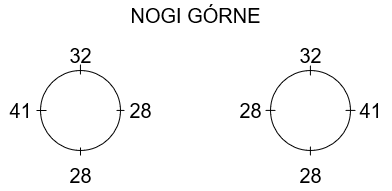
adamski83/sklep keeps this draw.io diagram as Diagram bez tytułu5.png. Above is the earlier version. Source tidied: cells renumbered, new cells last; positions are measured from the earlier drawing's top-left corner, leaving out a move shared by most shapes. The source it was exported from:
```xml
<mxGraphModel>
  <root>
    <mxCell id="0" />
    <mxCell id="1" parent="0" />
    <mxCell id="2" value="NOGI GÓRNE" style="text;html=1;align=center;verticalAlign=middle;fontSize=20;" parent="1" vertex="1">
      <mxGeometry x="120" width="150" height="30" as="geometry" />
    </mxCell>
    <mxCell id="3" style="ellipse;whiteSpace=wrap;html=1;rounded=0;sketch=0;strokeColor=#000000;strokeWidth=1;fillColor=none;fontSize=20;" parent="1" vertex="1">
      <mxGeometry x="40" y="70" width="80" height="80" as="geometry" />
    </mxCell>
    <mxCell id="4" value="41" style="text;html=1;align=center;verticalAlign=middle;fontSize=20;" parent="1" vertex="1">
      <mxGeometry y="95" width="40" height="30" as="geometry" />
    </mxCell>
    <mxCell id="5" value="28" style="text;html=1;align=center;verticalAlign=middle;fontSize=20;" parent="1" vertex="1">
      <mxGeometry x="120" y="95" width="40" height="30" as="geometry" />
    </mxCell>
    <mxCell id="6" value="28" style="text;html=1;align=center;verticalAlign=middle;fontSize=20;" parent="1" vertex="1">
      <mxGeometry x="60" y="160" width="40" height="30" as="geometry" />
    </mxCell>
    <mxCell id="7" value="32" style="text;html=1;align=center;verticalAlign=middle;fontSize=20;" parent="1" vertex="1">
      <mxGeometry x="60" y="40" width="40" height="30" as="geometry" />
    </mxCell>
    <mxCell id="8" style="ellipse;whiteSpace=wrap;html=1;rounded=0;sketch=0;strokeColor=#000000;strokeWidth=1;fillColor=none;fontSize=20;" parent="1" vertex="1">
      <mxGeometry x="270" y="70" width="80" height="80" as="geometry" />
    </mxCell>
    <mxCell id="9" value="41" style="text;html=1;align=center;verticalAlign=middle;fontSize=20;" parent="1" vertex="1">
      <mxGeometry x="350" y="95" width="40" height="30" as="geometry" />
    </mxCell>
    <mxCell id="10" value="28" style="text;html=1;align=center;verticalAlign=middle;fontSize=20;" parent="1" vertex="1">
      <mxGeometry x="230" y="95" width="40" height="30" as="geometry" />
    </mxCell>
    <mxCell id="11" value="28" style="text;html=1;align=center;verticalAlign=middle;fontSize=20;" parent="1" vertex="1">
      <mxGeometry x="290" y="160" width="40" height="30" as="geometry" />
    </mxCell>
    <mxCell id="12" value="32" style="text;html=1;align=center;verticalAlign=middle;fontSize=20;" parent="1" vertex="1">
      <mxGeometry x="290" y="40" width="40" height="30" as="geometry" />
    </mxCell>
    <mxCell id="13" style="endArrow=none;html=1;strokeColor=#000000;strokeWidth=1;fontSize=20;" parent="1" edge="1">
      <mxGeometry relative="1" as="geometry">
        <mxPoint x="79.9" y="74" as="sourcePoint" />
        <mxPoint x="79.9" y="64" as="targetPoint" />
        <Array as="points">
          <mxPoint x="79.9" y="74" />
        </Array>
      </mxGeometry>
    </mxCell>
    <mxCell id="14" style="endArrow=none;html=1;strokeColor=#000000;strokeWidth=1;fontSize=20;" parent="1" edge="1">
      <mxGeometry relative="1" as="geometry">
        <mxPoint x="80" y="155" as="sourcePoint" />
        <mxPoint x="80" y="147" as="targetPoint" />
      </mxGeometry>
    </mxCell>
    <mxCell id="15" style="endArrow=none;html=1;strokeColor=#000000;strokeWidth=1;fontSize=20;" parent="1" edge="1">
      <mxGeometry relative="1" as="geometry">
        <mxPoint x="36" y="110" as="sourcePoint" />
        <mxPoint x="46" y="110" as="targetPoint" />
      </mxGeometry>
    </mxCell>
    <mxCell id="16" style="endArrow=none;html=1;strokeColor=#000000;strokeWidth=1;fontSize=20;" parent="1" edge="1">
      <mxGeometry relative="1" as="geometry">
        <mxPoint x="124" y="109.9" as="sourcePoint" />
        <mxPoint x="116" y="109.9" as="targetPoint" />
      </mxGeometry>
    </mxCell>
    <mxCell id="17" style="endArrow=none;html=1;strokeColor=#000000;strokeWidth=1;fontSize=20;" parent="1" edge="1">
      <mxGeometry relative="1" as="geometry">
        <mxPoint x="309.9" y="75" as="sourcePoint" />
        <mxPoint x="309.9" y="65" as="targetPoint" />
      </mxGeometry>
    </mxCell>
    <mxCell id="18" style="endArrow=none;html=1;strokeColor=#000000;strokeWidth=1;fontSize=20;" parent="1" edge="1">
      <mxGeometry relative="1" as="geometry">
        <mxPoint x="309.9" y="155" as="sourcePoint" />
        <mxPoint x="309.9" y="146" as="targetPoint" />
      </mxGeometry>
    </mxCell>
    <mxCell id="19" style="endArrow=none;html=1;strokeColor=#000000;strokeWidth=1;fontSize=20;" parent="1" edge="1">
      <mxGeometry relative="1" as="geometry">
        <mxPoint x="355" y="109.9" as="sourcePoint" />
        <mxPoint x="345" y="109.9" as="targetPoint" />
      </mxGeometry>
    </mxCell>
    <mxCell id="20" style="endArrow=none;html=1;strokeColor=#000000;strokeWidth=1;fontSize=20;" parent="1" edge="1">
      <mxGeometry relative="1" as="geometry">
        <mxPoint x="265" y="109.9" as="sourcePoint" />
        <mxPoint x="275" y="109.9" as="targetPoint" />
      </mxGeometry>
    </mxCell>
  </root>
</mxGraphModel>
```
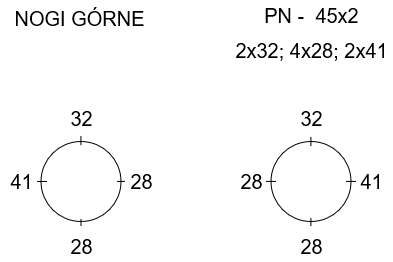
Later version of the same file.

What changed in the source:
```diff
@@ -3,7 +3,7 @@
     <mxCell id="0" />
     <mxCell id="1" parent="0" />
     <mxCell id="2" value="NOGI GÓRNE" style="text;html=1;align=center;verticalAlign=middle;fontSize=20;" parent="1" vertex="1">
-      <mxGeometry x="120" width="150" height="30" as="geometry" />
+      <mxGeometry x="3.5" y="-68" width="150" height="30" as="geometry" />
     </mxCell>
     <mxCell id="3" style="ellipse;whiteSpace=wrap;html=1;rounded=0;sketch=0;strokeColor=#000000;strokeWidth=1;fillColor=none;fontSize=20;" parent="1" vertex="1">
       <mxGeometry x="40" y="70" width="80" height="80" as="geometry" />
@@ -18,7 +18,7 @@
       <mxGeometry x="60" y="160" width="40" height="30" as="geometry" />
     </mxCell>
     <mxCell id="7" value="32" style="text;html=1;align=center;verticalAlign=middle;fontSize=20;" parent="1" vertex="1">
-      <mxGeometry x="60" y="40" width="40" height="30" as="geometry" />
+      <mxGeometry x="60" y="32" width="40" height="30" as="geometry" />
     </mxCell>
     <mxCell id="8" style="ellipse;whiteSpace=wrap;html=1;rounded=0;sketch=0;strokeColor=#000000;strokeWidth=1;fillColor=none;fontSize=20;" parent="1" vertex="1">
       <mxGeometry x="270" y="70" width="80" height="80" as="geometry" />
@@ -33,7 +33,7 @@
       <mxGeometry x="290" y="160" width="40" height="30" as="geometry" />
     </mxCell>
     <mxCell id="12" value="32" style="text;html=1;align=center;verticalAlign=middle;fontSize=20;" parent="1" vertex="1">
-      <mxGeometry x="290" y="40" width="40" height="30" as="geometry" />
+      <mxGeometry x="290" y="32" width="40" height="30" as="geometry" />
     </mxCell>
     <mxCell id="13" style="endArrow=none;html=1;strokeColor=#000000;strokeWidth=1;fontSize=20;" parent="1" edge="1">
       <mxGeometry relative="1" as="geometry">
@@ -86,5 +86,11 @@
         <mxPoint x="275" y="109.9" as="targetPoint" />
       </mxGeometry>
     </mxCell>
+    <mxCell id="21" value="PN -&amp;nbsp; 45x2" style="text;html=1;align=center;verticalAlign=middle;fontSize=20;" parent="1" vertex="1">
+      <mxGeometry x="257.5" y="-71" width="105" height="29" as="geometry" />
+    </mxCell>
+    <mxCell id="22" value="2x32; 4x28; 2x41" style="text;html=1;align=center;verticalAlign=middle;fontSize=20;" parent="1" vertex="1">
+      <mxGeometry x="228.5" y="-35" width="163" height="29" as="geometry" />
+    </mxCell>
   </root>
 </mxGraphModel>
```
